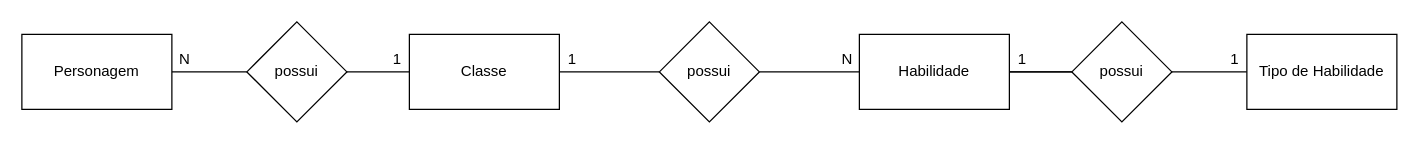
Earlier version of the draw.io diagram page "Conceitual" (1 of 2) of HROADS/MER/merHROADS.drawio (Mateusrodrigues75/senai2s_sprint1_bd). Source tidied: cells renumbered, new cells numbered last; positions are measured from the earlier drawing's top-left corner, leaving out a move shared by most shapes. Both pictures are drawn from the tidied source at 125%, with x=0, y=0 at pixel (21, 21).
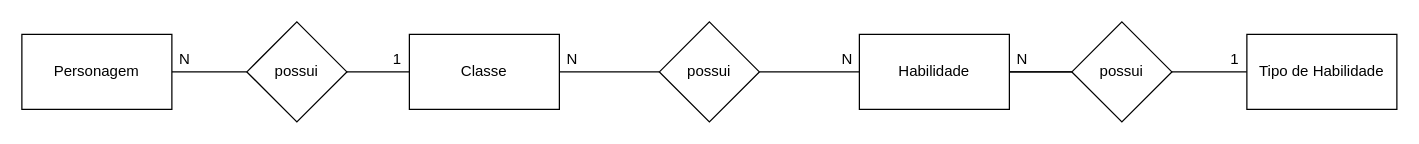
After the change.

What changed in the source:
```diff
@@
-    <mxCell id="12" value="1" style="text;html=1;align=center;verticalAlign=middle;" parent="1" vertex="1">
+    <mxCell id="12" value="N" style="text;html=1;align=center;verticalAlign=middle;" parent="1" vertex="1">
       <mxGeometry x="430" y="20" width="20" height="20" as="geometry" />
     </mxCell>
@@
-    <mxCell id="15" value="1" style="text;html=1;align=center;verticalAlign=middle;" parent="1" vertex="1">
+    <mxCell id="15" value="N" style="text;html=1;align=center;verticalAlign=middle;" parent="1" vertex="1">
       <mxGeometry x="790" y="20" width="20" height="20" as="geometry" />
     </mxCell>
```
